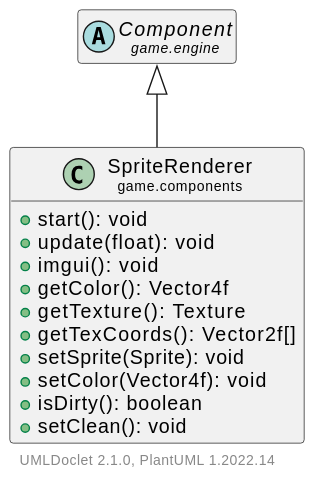
The PlantUML diagram doc/javadoc/game/components/SpriteRenderer.svg in Hirschiii/JavaGameEngine, before a commit. The source it was exported from:
```plantuml
@startuml
    set namespaceSeparator none
    hide empty fields
    hide empty methods

    class "<size:14>SpriteRenderer\n<size:10>game.components" as game.components.SpriteRenderer [[SpriteRenderer.html]] {
        +start(): void
        +update(float): void
        +imgui(): void
        +getColor(): Vector4f
        +getTexture(): Texture
        +getTexCoords(): Vector2f[]
        +setSprite(Sprite): void
        +setColor(Vector4f): void
        +isDirty(): boolean
        +setClean(): void
    }

    abstract class "<size:14>Component\n<size:10>game.engine" as game.engine.Component [[../engine/Component.html]]

    game.engine.Component <|-- game.components.SpriteRenderer

    center footer UMLDoclet 2.1.0, PlantUML %version()
@enduml
```
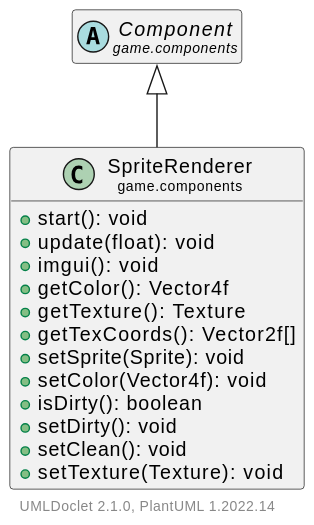
The same file after the commit.

What changed in the source:
```diff
@@ -13,12 +13,14 @@
         +setSprite(Sprite): void
         +setColor(Vector4f): void
         +isDirty(): boolean
+        +setDirty(): void
         +setClean(): void
+        +setTexture(Texture): void
     }
 
-    abstract class "<size:14>Component\n<size:10>game.engine" as game.engine.Component [[../engine/Component.html]]
+    abstract class "<size:14>Component\n<size:10>game.components" as game.components.Component [[Component.html]]
 
-    game.engine.Component <|-- game.components.SpriteRenderer
+    game.components.Component <|-- game.components.SpriteRenderer
 
     center footer UMLDoclet 2.1.0, PlantUML %version()
 @enduml
```
